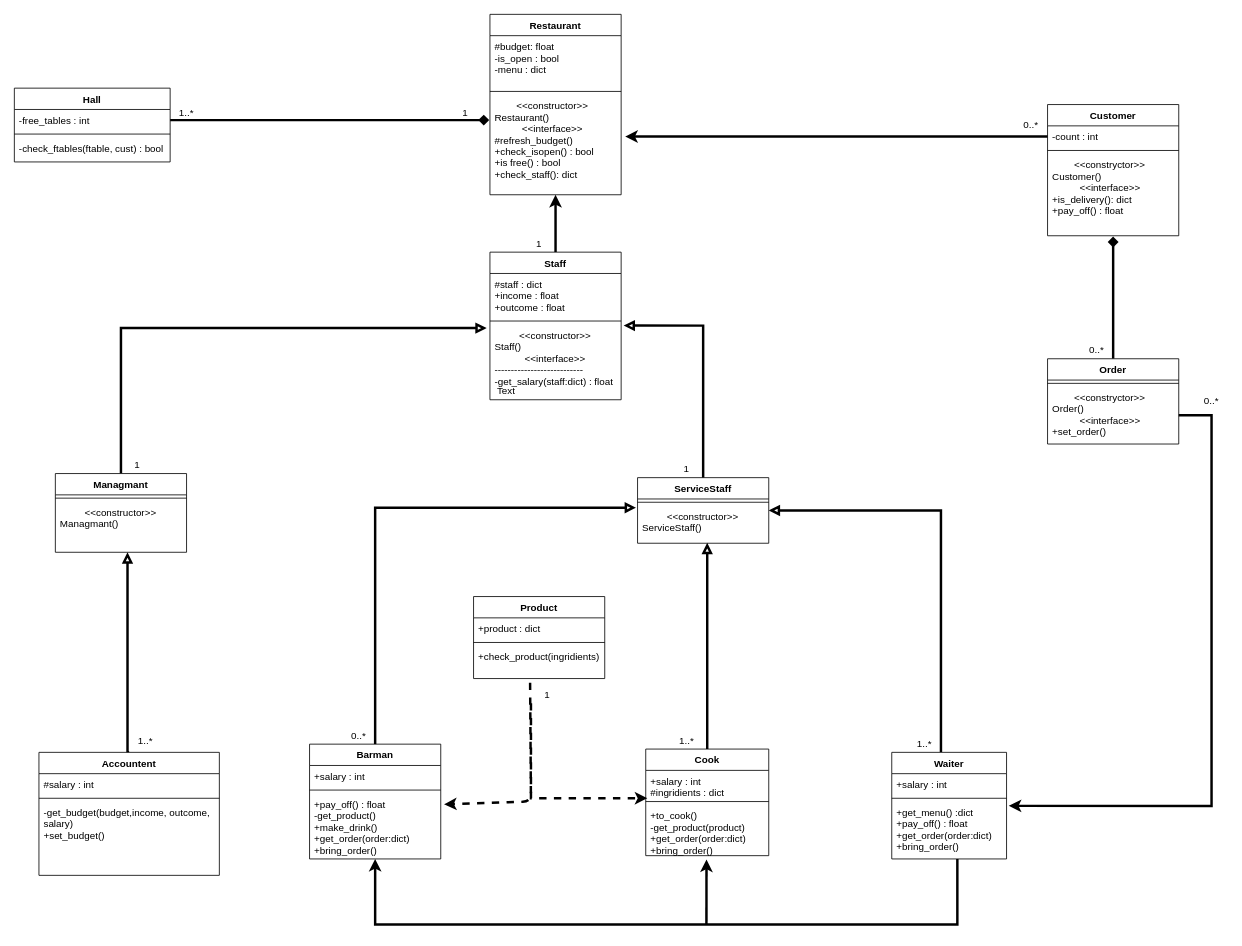
Earlier version of the draw.io diagram python/oop_2/my_restaurant.drawio (ho1331/python-education). Source tidied: cells renumbered, new cells numbered last; positions are measured from the earlier drawing's top-left corner, leaving out a move shared by most shapes. Both pictures are drawn from the tidied source at 82%, with x=0, y=0 at pixel (14, 14).
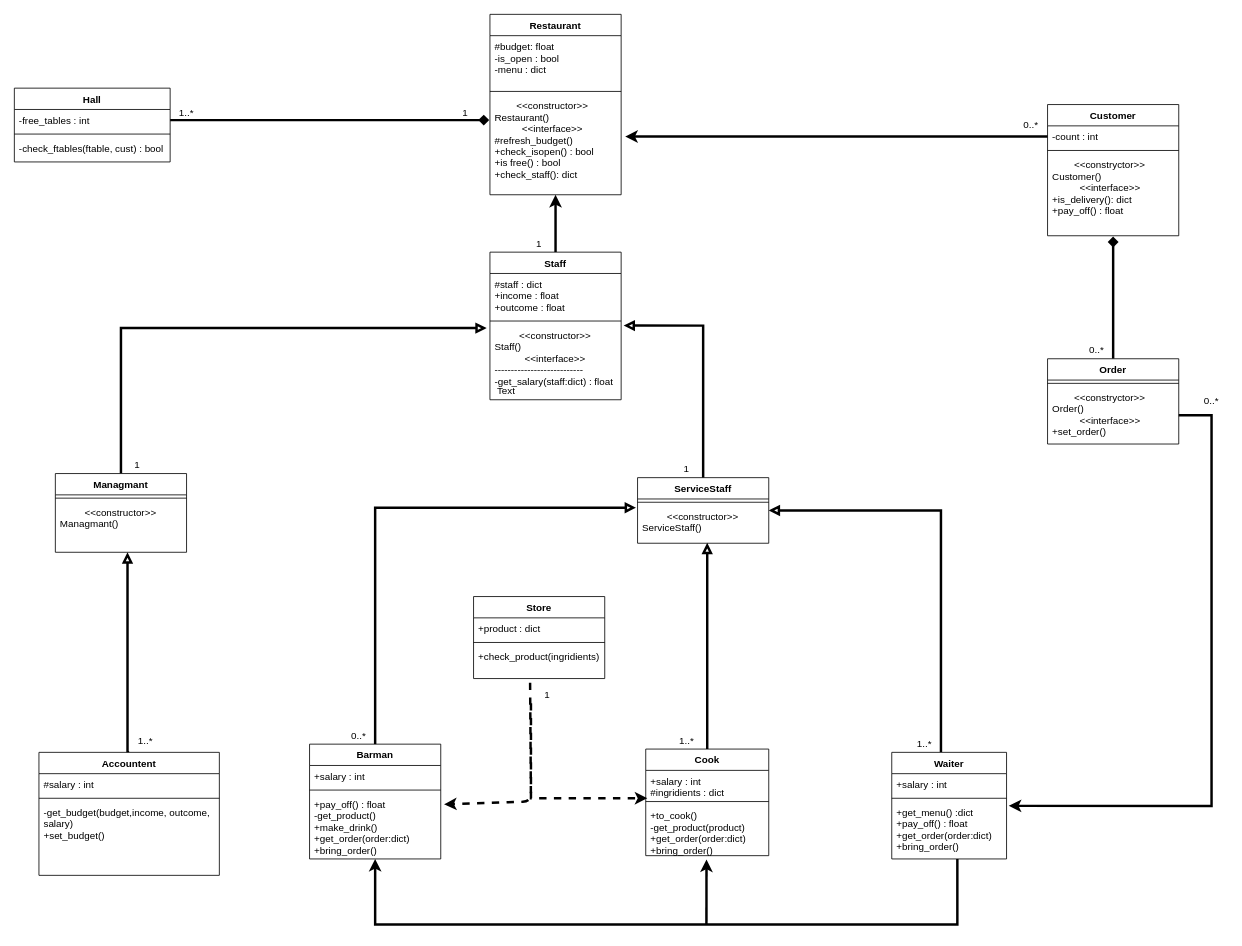
The same page after the edit.

Commit message:
Edited name --product to Store

Change to the diagram source:
```diff
@@
-    <mxCell id="53" value="Product" style="swimlane;fontStyle=1;align=center;verticalAlign=top;horizontal=1;startSize=26;" parent="1" vertex="1">
+    <mxCell id="53" value="Store" style="swimlane;fontStyle=1;align=center;verticalAlign=top;horizontal=1;startSize=26;" parent="1" vertex="1">
       <mxGeometry x="560" y="710" width="160" height="100" as="geometry" />
     </mxCell>
```
